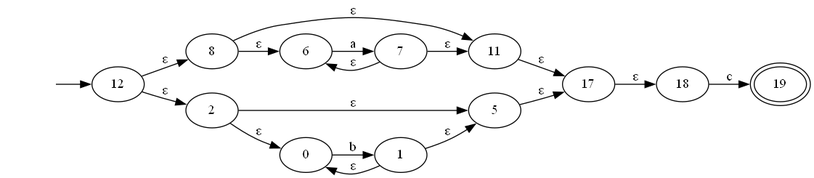
Before: test-output/round-table.gv.png, a diagram exported from Graphviz (JuanDiegoAvila/Laboratorio_Compiladores). Its source is kept beside it as test-output/round-table.gv.
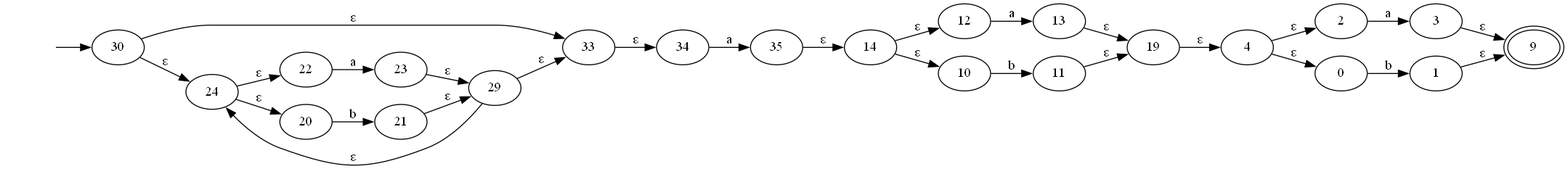
Above is the later version.

What changed in the source:
```diff
@@ -1,33 +1,53 @@
 digraph {
 	graph [rankdir=LR]
 	inicio [label="" shape=none]
+	30
+	inicio -> 30
+	30 -> 33 [label="ε"]
+	30 -> 24 [label="ε"]
+	33
+	33 -> 34 [label="ε"]
+	24
+	24 -> 22 [label="ε"]
+	24 -> 20 [label="ε"]
+	34
+	34 -> 35 [label=a]
+	22
+	22 -> 23 [label=a]
+	20
+	20 -> 21 [label=b]
+	35
+	35 -> 14 [label="ε"]
+	23
+	23 -> 29 [label="ε"]
+	21
+	21 -> 29 [label="ε"]
+	14
+	14 -> 12 [label="ε"]
+	14 -> 10 [label="ε"]
+	29
+	29 -> 24 [label="ε"]
+	29 -> 33 [label="ε"]
 	12
-	inicio -> 12
-	12 -> 8 [label="ε"]
-	12 -> 2 [label="ε"]
-	8
-	8 -> 11 [label="ε"]
-	8 -> 6 [label="ε"]
+	12 -> 13 [label=a]
+	10
+	10 -> 11 [label=b]
+	13
+	13 -> 19 [label="ε"]
+	11
+	11 -> 19 [label="ε"]
+	19
+	19 -> 4 [label="ε"]
+	4
+	4 -> 2 [label="ε"]
+	4 -> 0 [label="ε"]
 	2
-	2 -> 5 [label="ε"]
-	2 -> 0 [label="ε"]
-	11
-	11 -> 17 [label="ε"]
-	6
-	6 -> 7 [label=a]
-	5
-	5 -> 17 [label="ε"]
+	2 -> 3 [label=a]
 	0
 	0 -> 1 [label=b]
-	17
-	17 -> 18 [label="ε"]
-	7
-	7 -> 6 [label="ε"]
-	7 -> 11 [label="ε"]
+	3
+	3 -> 9 [label="ε"]
 	1
-	1 -> 0 [label="ε"]
-	1 -> 5 [label="ε"]
-	18
-	18 -> 19 [label=c]
-	19 [peripheries=2]
+	1 -> 9 [label="ε"]
+	9 [peripheries=2]
 }
```
